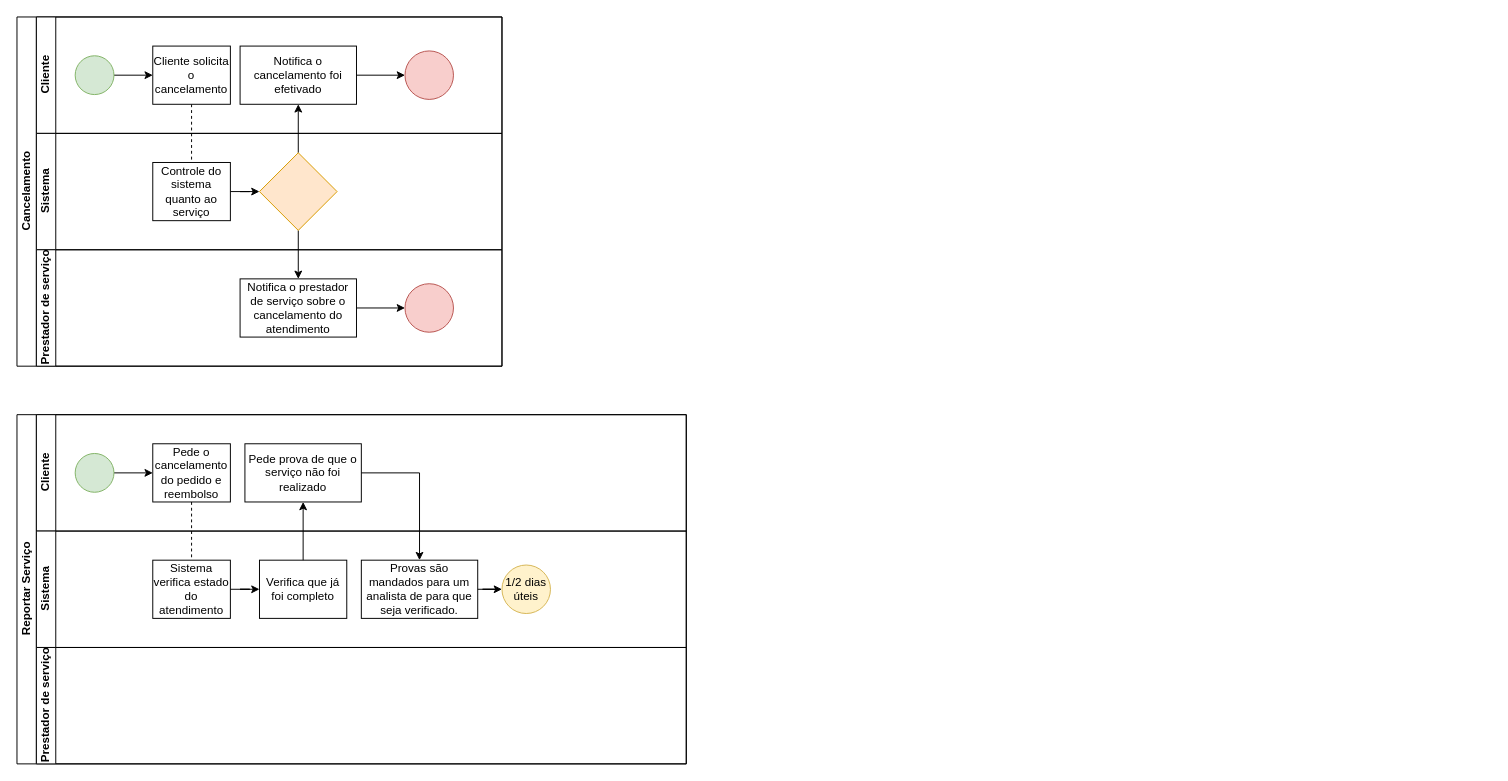
wholocked1/projeto_eng_software_041 keeps this draw.io diagram as Cancelamento.drawio. Above is the earlier version. Source tidied: cells renumbered, new cells numbered last; positions are measured from the earlier drawing's top-left corner, leaving out a move shared by most shapes. Both pictures are drawn from the tidied source at 97%, with x=0, y=0 at pixel (16, 16).
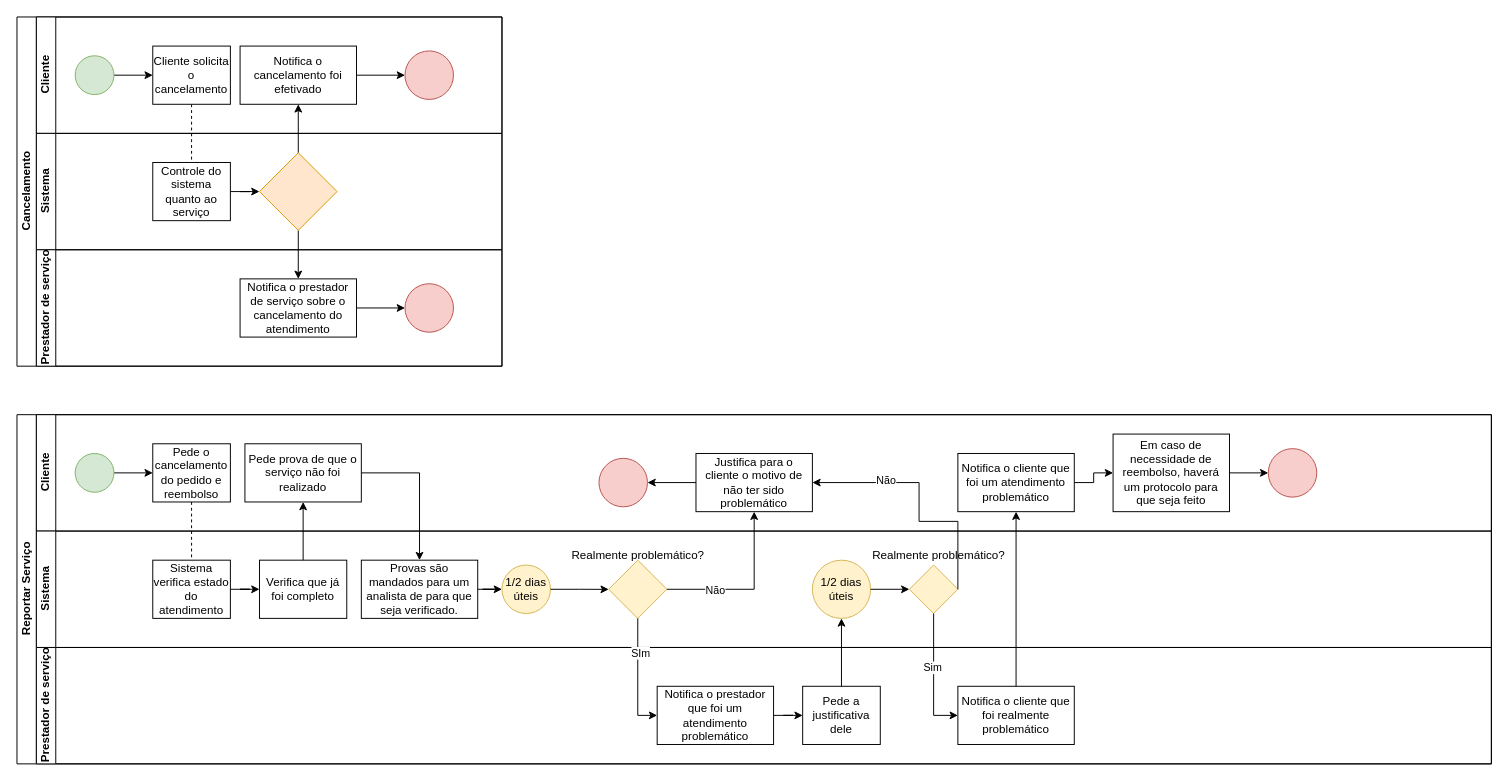
The same diagram, later.

The change refers to these unchanged cells:
```xml
<mxCell id="29" value="1/2 dias úteis" style="ellipse;whiteSpace=wrap;html=1;fillColor=#fff2cc;strokeColor=#d6b656;" parent="24" vertex="1">
  <mxGeometry x="480" y="35" width="50" height="50" as="geometry" />
</mxCell>
```

Change to the diagram source:
```diff
@@
     <mxCell id="17" value="Reportar Serviço" style="swimlane;html=1;horizontal=0;startSize=20;" parent="1" vertex="1">
-      <mxGeometry y="410" width="690" height="360" as="geometry" />
+      <mxGeometry y="410" width="1520" height="360" as="geometry" />
     </mxCell>
@@
     <mxCell id="19" value="Cliente" style="swimlane;html=1;startSize=20;horizontal=0;" parent="17" vertex="1">
-      <mxGeometry x="20" width="670" height="120" as="geometry" />
+      <mxGeometry x="20" width="1500" height="120" as="geometry" />
     </mxCell>
@@
+    <mxCell id="38" value="Justifica para o cliente o motivo de não ter sido problemático" style="rounded=0;whiteSpace=wrap;html=1;" parent="19" vertex="1">
+      <mxGeometry x="680" y="40" width="120" height="60" as="geometry" />
+    </mxCell>
+    <mxCell id="39" value="Em caso de necessidade de reembolso, haverá um protocolo para que seja feito" style="rounded=0;whiteSpace=wrap;html=1;" parent="19" vertex="1">
+      <mxGeometry x="1110" y="20" width="120" height="80" as="geometry" />
+    </mxCell>
+    <mxCell id="40" style="ellipse;whiteSpace=wrap;html=1;fillColor=#f8cecc;strokeColor=#b85450;" parent="19" vertex="1">
+      <mxGeometry x="1270" y="35" width="50" height="50" as="geometry" />
+    </mxCell>
+    <mxCell id="41" style="edgeStyle=orthogonalEdgeStyle;rounded=0;jettySize=auto;html=1;exitX=1;exitY=0.5;exitDx=0;exitDy=0;" parent="19" edge="1" source="39" target="40">
+      <mxGeometry relative="1" as="geometry" />
+    </mxCell>
+    <mxCell id="42" style="ellipse;whiteSpace=wrap;html=1;fillColor=#f8cecc;strokeColor=#b85450;" parent="19" vertex="1">
+      <mxGeometry x="580" y="45" width="50" height="50" as="geometry" />
+    </mxCell>
+    <mxCell id="43" style="edgeStyle=orthogonalEdgeStyle;rounded=0;jettySize=auto;html=1;exitX=0;exitY=0.5;exitDx=0;exitDy=0;" parent="19" edge="1" source="38" target="42">
+      <mxGeometry relative="1" as="geometry" />
+    </mxCell>
     <mxCell id="24" value="Sistema" style="swimlane;html=1;startSize=20;horizontal=0;" parent="17" vertex="1">
-      <mxGeometry x="20" y="120" width="670" height="120" as="geometry" />
+      <mxGeometry x="20" y="120" width="1500" height="120" as="geometry" />
     </mxCell>
@@
+    <mxCell id="44" style="edgeStyle=orthogonalEdgeStyle;rounded=0;jettySize=auto;html=1;exitX=1;exitY=0.5;exitDx=0;exitDy=0;" parent="24" edge="1" source="29">
+      <mxGeometry relative="1" as="geometry">
+        <mxPoint x="590.1" y="60.1" as="targetPoint" />
+      </mxGeometry>
+    </mxCell>
+    <mxCell id="45" style="rhombus;whiteSpace=wrap;html=1;fillColor=#fff2cc;strokeColor=#d6b656;" parent="24" vertex="1">
+      <mxGeometry x="590" y="30" width="60" height="60" as="geometry" />
+    </mxCell>
+    <mxCell id="46" value="Realmente problemático?" style="text;html=1;align=center;verticalAlign=middle;strokeColor=none;fillColor=none;" parent="24" vertex="1">
+      <mxGeometry x="540" y="10" width="160" height="30" as="geometry" />
+    </mxCell>
+    <mxCell id="47" value="1/2 dias úteis" style="ellipse;whiteSpace=wrap;html=1;fillColor=#fff2cc;strokeColor=#d6b656;" parent="24" vertex="1">
+      <mxGeometry x="800" y="30" width="60" height="60" as="geometry" />
+    </mxCell>
+    <mxCell id="48" style="edgeStyle=orthogonalEdgeStyle;rounded=0;jettySize=auto;html=1;exitX=1;exitY=0.5;exitDx=0;exitDy=0;entryX=0;entryY=0.5;entryDx=0;entryDy=0;" parent="24" edge="1" source="47" target="49">
+      <mxGeometry relative="1" as="geometry" />
+    </mxCell>
+    <mxCell id="49" style="rhombus;whiteSpace=wrap;html=1;fillColor=#fff2cc;strokeColor=#d6b656;" parent="24" vertex="1">
+      <mxGeometry x="900" y="35" width="50" height="50" as="geometry" />
+    </mxCell>
+    <mxCell id="50" value="Realmente problemático?" style="text;html=1;align=center;verticalAlign=middle;strokeColor=none;fillColor=none;" parent="24" vertex="1">
+      <mxGeometry x="850" y="10" width="160" height="30" as="geometry" />
+    </mxCell>
     <mxCell id="31" value="Prestador de serviço" style="swimlane;html=1;startSize=20;horizontal=0;" parent="17" vertex="1">
-      <mxGeometry x="20" y="240" width="670" height="120" as="geometry" />
+      <mxGeometry x="20" y="240" width="1500" height="120" as="geometry" />
     </mxCell>
+    <mxCell id="51" value="Notifica o prestador que foi um atendimento problemático" style="rounded=0;whiteSpace=wrap;html=1;" parent="31" vertex="1">
+      <mxGeometry x="640" y="40" width="120" height="60" as="geometry" />
+    </mxCell>
+    <mxCell id="52" value="Pede a justificativa dele" style="rounded=0;whiteSpace=wrap;html=1;" parent="31" vertex="1">
+      <mxGeometry x="790" y="40" width="80" height="60" as="geometry" />
+    </mxCell>
+    <mxCell id="53" style="edgeStyle=orthogonalEdgeStyle;rounded=0;jettySize=auto;html=1;exitX=1;exitY=0.5;exitDx=0;exitDy=0;" parent="31" edge="1" source="51" target="52">
+      <mxGeometry relative="1" as="geometry" />
+    </mxCell>
+    <mxCell id="54" value="Notifica o cliente que foi realmente problemático" style="rounded=0;whiteSpace=wrap;html=1;" parent="31" vertex="1">
+      <mxGeometry x="950" y="40" width="120" height="60" as="geometry" />
+    </mxCell>
@@
+    <mxCell id="55" style="edgeStyle=orthogonalEdgeStyle;rounded=0;jettySize=auto;html=1;exitX=1;exitY=0.5;exitDx=0;exitDy=0;" parent="17" edge="1" source="45" target="38">
+      <mxGeometry relative="1" as="geometry" />
+    </mxCell>
+    <mxCell id="56" value="Não" style="edgeLabel;html=1;align=center;verticalAlign=middle;" parent="55" vertex="1">
+      <mxGeometry x="-0.42" relative="1" as="geometry" />
+    </mxCell>
+    <mxCell id="57" style="edgeStyle=orthogonalEdgeStyle;rounded=0;jettySize=auto;html=1;exitX=0.5;exitY=1;exitDx=0;exitDy=0;entryX=0;entryY=0.5;entryDx=0;entryDy=0;" parent="17" edge="1" source="45" target="51">
+      <mxGeometry relative="1" as="geometry">
+        <Array as="points">
+          <mxPoint x="640" y="310" />
+        </Array>
+      </mxGeometry>
+    </mxCell>
+    <mxCell id="58" value="SIm" style="edgeLabel;html=1;align=center;verticalAlign=middle;" parent="57" vertex="1">
+      <mxGeometry x="-0.42" y="2" relative="1" as="geometry" />
+    </mxCell>
+    <mxCell id="59" style="edgeStyle=orthogonalEdgeStyle;rounded=0;jettySize=auto;html=1;exitX=0.5;exitY=0;exitDx=0;exitDy=0;" parent="17" edge="1" source="52" target="47">
+      <mxGeometry relative="1" as="geometry" />
+    </mxCell>
+    <mxCell id="60" style="edgeStyle=orthogonalEdgeStyle;rounded=0;jettySize=auto;html=1;exitX=0.5;exitY=1;exitDx=0;exitDy=0;" parent="17" edge="1" source="49" target="54">
+      <mxGeometry relative="1" as="geometry">
+        <Array as="points">
+          <mxPoint x="945" y="310" />
+        </Array>
+      </mxGeometry>
+    </mxCell>
+    <mxCell id="61" value="Sim" style="edgeLabel;html=1;align=center;verticalAlign=middle;" parent="60" vertex="1">
+      <mxGeometry x="-0.15" y="-2" relative="1" as="geometry" />
+    </mxCell>
+    <mxCell id="62" style="edgeStyle=orthogonalEdgeStyle;rounded=0;jettySize=auto;html=1;exitX=1;exitY=0.5;exitDx=0;exitDy=0;entryX=1;entryY=0.5;entryDx=0;entryDy=0;" parent="17" edge="1" source="49" target="38">
+      <mxGeometry relative="1" as="geometry">
+        <Array as="points">
+          <mxPoint x="970" y="110" />
+          <mxPoint x="930" y="110" />
+          <mxPoint x="930" y="70" />
+        </Array>
+      </mxGeometry>
+    </mxCell>
+    <mxCell id="63" value="Não" style="edgeLabel;html=1;align=center;verticalAlign=middle;" parent="62" vertex="1">
+      <mxGeometry x="0.42" y="-3" relative="1" as="geometry" />
+    </mxCell>
@@
+    <mxCell id="64" style="edgeStyle=orthogonalEdgeStyle;rounded=0;jettySize=auto;html=1;exitX=1;exitY=0.5;exitDx=0;exitDy=0;" parent="1" edge="1" source="65" target="39">
+      <mxGeometry relative="1" as="geometry" />
+    </mxCell>
+    <mxCell id="65" value="Notifica o cliente que foi um atendimento problemático" style="rounded=0;whiteSpace=wrap;html=1;" parent="1" vertex="1">
+      <mxGeometry x="970" y="450" width="120" height="60" as="geometry" />
+    </mxCell>
+    <mxCell id="66" style="edgeStyle=orthogonalEdgeStyle;rounded=0;jettySize=auto;html=1;exitX=0.5;exitY=0;exitDx=0;exitDy=0;" parent="1" edge="1" source="54" target="65">
+      <mxGeometry relative="1" as="geometry" />
+    </mxCell>
```
